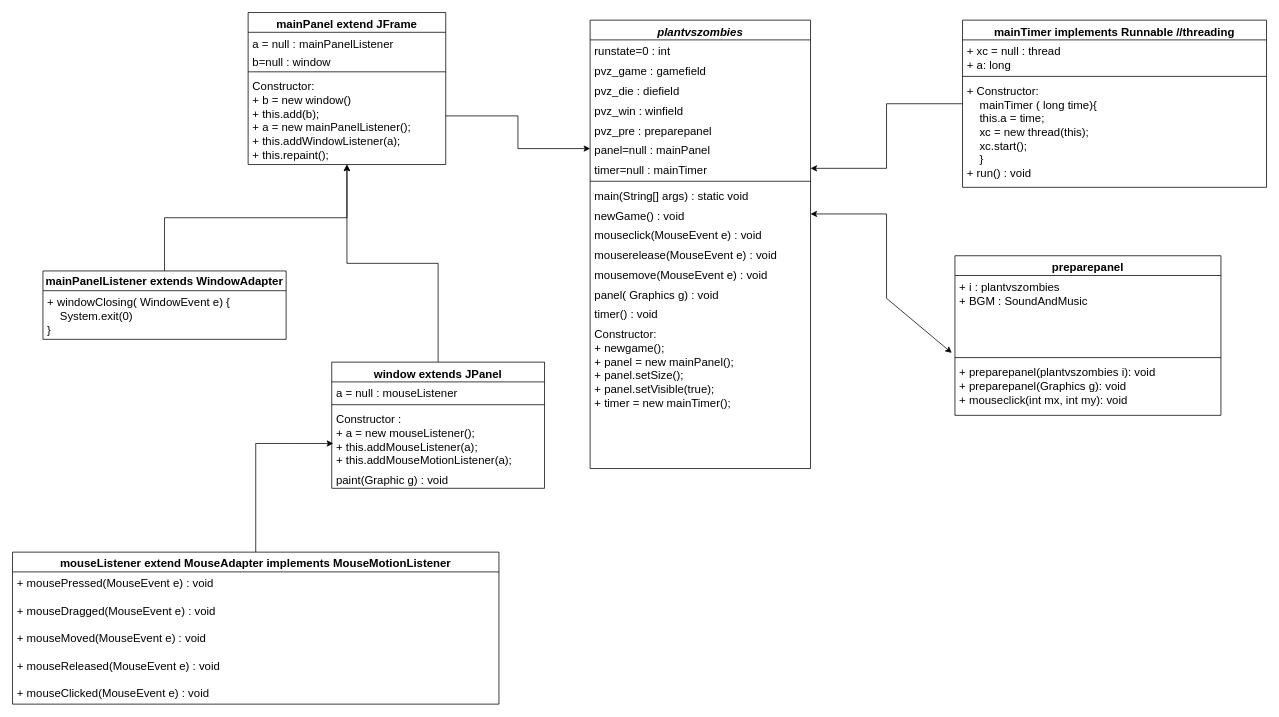
The draw.io diagram Untitled Diagram.drawio in meowie2k3/BoxOfParticle, before the edit. Source tidied: cells renumbered, new cells numbered last; positions are measured from the earlier drawing's top-left corner, leaving out a move shared by most shapes. Both pictures are drawn from the tidied source at 76%, with x=0, y=0 at pixel (12, 12).
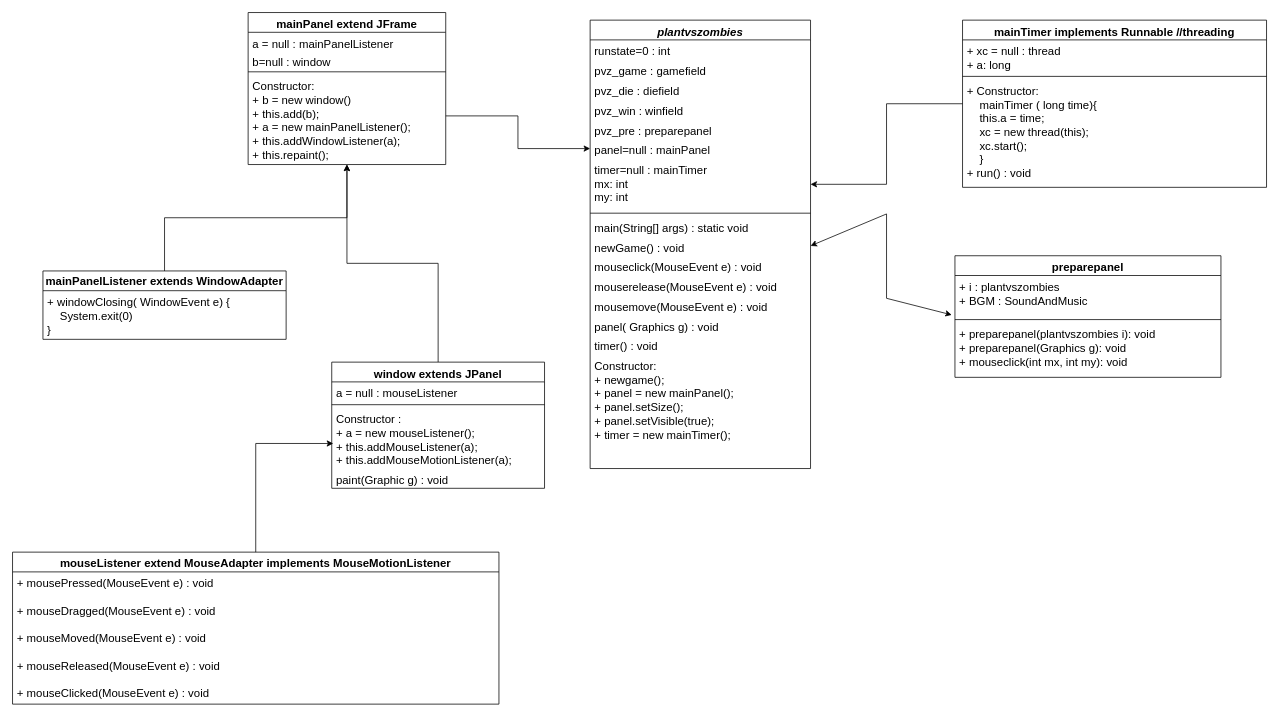
Above is the later version.

The change refers to these unchanged cells:
```xml
<mxCell id="2" value="plantvszombies" style="swimlane;fontStyle=3;align=center;verticalAlign=top;horizontal=1;startSize=26;rounded=0;shadow=0;strokeWidth=1;fontSize=15;" parent="1" vertex="1">
  <mxGeometry x="760" y="10" width="290" height="590" as="geometry" />
</mxCell>
```

The edit, as a diff of the source:
```diff
@@
-    <mxCell id="9" value="timer=null : mainTimer" style="text;align=left;verticalAlign=top;spacingLeft=4;spacingRight=4;overflow=hidden;points=[[0,0.5],[1,0.5]];portConstraint=eastwest;rounded=0;shadow=0;html=0;fontSize=15;" parent="2" vertex="1">
-      <mxGeometry y="182" width="290" height="26" as="geometry" />
+    <mxCell id="9" value="timer=null : mainTimer&#10;mx: int&#10;my: int" style="text;align=left;verticalAlign=top;spacingLeft=4;spacingRight=4;overflow=hidden;points=[[0,0.5],[1,0.5]];portConstraint=eastwest;rounded=0;shadow=0;html=0;fontSize=15;" parent="2" vertex="1">
+      <mxGeometry y="182" width="290" height="68" as="geometry" />
     </mxCell>
     <mxCell id="10" style="line;html=1;strokeWidth=1;align=left;verticalAlign=middle;spacingTop=-1;spacingLeft=3;spacingRight=3;labelPosition=right;fontSize=15;" parent="2" vertex="1">
-      <mxGeometry y="208" width="290" height="8" as="geometry" />
+      <mxGeometry y="250" width="290" height="8" as="geometry" />
     </mxCell>
     <mxCell id="11" value="main(String[] args) : static void" style="text;align=left;verticalAlign=top;spacingLeft=4;spacingRight=4;overflow=hidden;fontSize=15;" parent="2" vertex="1">
-      <mxGeometry y="216" width="290" height="26" as="geometry" />
+      <mxGeometry y="258" width="290" height="26" as="geometry" />
     </mxCell>
     <mxCell id="12" value="newGame() : void" style="text;align=left;verticalAlign=top;spacingLeft=4;spacingRight=4;overflow=hidden;points=[[0,0.5],[1,0.5]];portConstraint=eastwest;fontSize=15;" parent="2" vertex="1">
-      <mxGeometry y="242" width="290" height="26" as="geometry" />
+      <mxGeometry y="284" width="290" height="26" as="geometry" />
     </mxCell>
     <mxCell id="13" value="mouseclick(MouseEvent e) : void" style="text;align=left;verticalAlign=top;spacingLeft=4;spacingRight=4;overflow=hidden;fontSize=15;" parent="2" vertex="1">
-      <mxGeometry y="268" width="290" height="26" as="geometry" />
+      <mxGeometry y="310" width="290" height="26" as="geometry" />
     </mxCell>
     <mxCell id="14" value="mouserelease(MouseEvent e) : void" style="text;align=left;verticalAlign=top;spacingLeft=4;spacingRight=4;overflow=hidden;fontSize=15;" parent="2" vertex="1">
-      <mxGeometry y="294" width="290" height="26" as="geometry" />
+      <mxGeometry y="336" width="290" height="26" as="geometry" />
     </mxCell>
     <mxCell id="15" value="mousemove(MouseEvent e) : void" style="text;align=left;verticalAlign=top;spacingLeft=4;spacingRight=4;overflow=hidden;fontSize=15;" parent="2" vertex="1">
-      <mxGeometry y="320" width="290" height="26" as="geometry" />
+      <mxGeometry y="362" width="290" height="26" as="geometry" />
     </mxCell>
     <mxCell id="16" value="panel( Graphics g) : void" style="text;align=left;verticalAlign=top;spacingLeft=4;spacingRight=4;overflow=hidden;fontSize=15;" parent="2" vertex="1">
-      <mxGeometry y="346" width="290" height="26" as="geometry" />
+      <mxGeometry y="388" width="290" height="26" as="geometry" />
     </mxCell>
     <mxCell id="17" value="timer() : void" style="text;align=left;verticalAlign=top;spacingLeft=4;spacingRight=4;overflow=hidden;fontSize=15;" parent="2" vertex="1">
-      <mxGeometry y="372" width="290" height="26" as="geometry" />
+      <mxGeometry y="414" width="290" height="26" as="geometry" />
     </mxCell>
     <mxCell id="18" value="Constructor: &#10;+ newgame();&#10;+ panel = new mainPanel();&#10;+ panel.setSize();&#10;+ panel.setVisible(true);&#10;+ timer = new mainTimer();" style="text;align=left;verticalAlign=top;spacingLeft=4;spacingRight=4;overflow=hidden;fontSize=15;" parent="2" vertex="1">
-      <mxGeometry y="398" width="290" height="122" as="geometry" />
+      <mxGeometry y="440" width="290" height="122" as="geometry" />
     </mxCell>
@@
     <mxCell id="42" value="preparepanel" style="swimlane;fontStyle=1;align=center;verticalAlign=top;horizontal=1;startSize=26;fontSize=15;" parent="1" vertex="1">
-      <mxGeometry x="1240" y="320" width="350" height="210" as="geometry" />
+      <mxGeometry x="1240" y="320" width="350" height="160" as="geometry" />
     </mxCell>
     <mxCell id="43" value="+ i : plantvszombies&#10;+ BGM : SoundAndMusic" style="text;strokeColor=none;fillColor=none;align=left;verticalAlign=top;spacingLeft=4;spacingRight=4;overflow=hidden;fontSize=15;" parent="42" vertex="1">
-      <mxGeometry y="26" width="350" height="104" as="geometry" />
+      <mxGeometry y="26" width="350" height="54" as="geometry" />
     </mxCell>
     <mxCell id="44" style="line;strokeWidth=1;fillColor=none;align=left;verticalAlign=middle;spacingTop=-1;spacingLeft=3;spacingRight=3;labelPosition=right;fontSize=15;" parent="42" vertex="1">
-      <mxGeometry y="130" width="350" height="8" as="geometry" />
+      <mxGeometry y="80" width="350" height="8" as="geometry" />
     </mxCell>
     <mxCell id="45" value="+ preparepanel(plantvszombies i): void&#10;+ preparepanel(Graphics g): void&#10;+ mouseclick(int mx, int my): void" style="text;strokeColor=none;fillColor=none;align=left;verticalAlign=top;spacingLeft=4;spacingRight=4;overflow=hidden;points=[[0,0.5],[1,0.5]];portConstraint=eastwest;fontSize=15;" parent="42" vertex="1">
-      <mxGeometry y="138" width="350" height="72" as="geometry" />
+      <mxGeometry y="88" width="350" height="72" as="geometry" />
     </mxCell>
```
